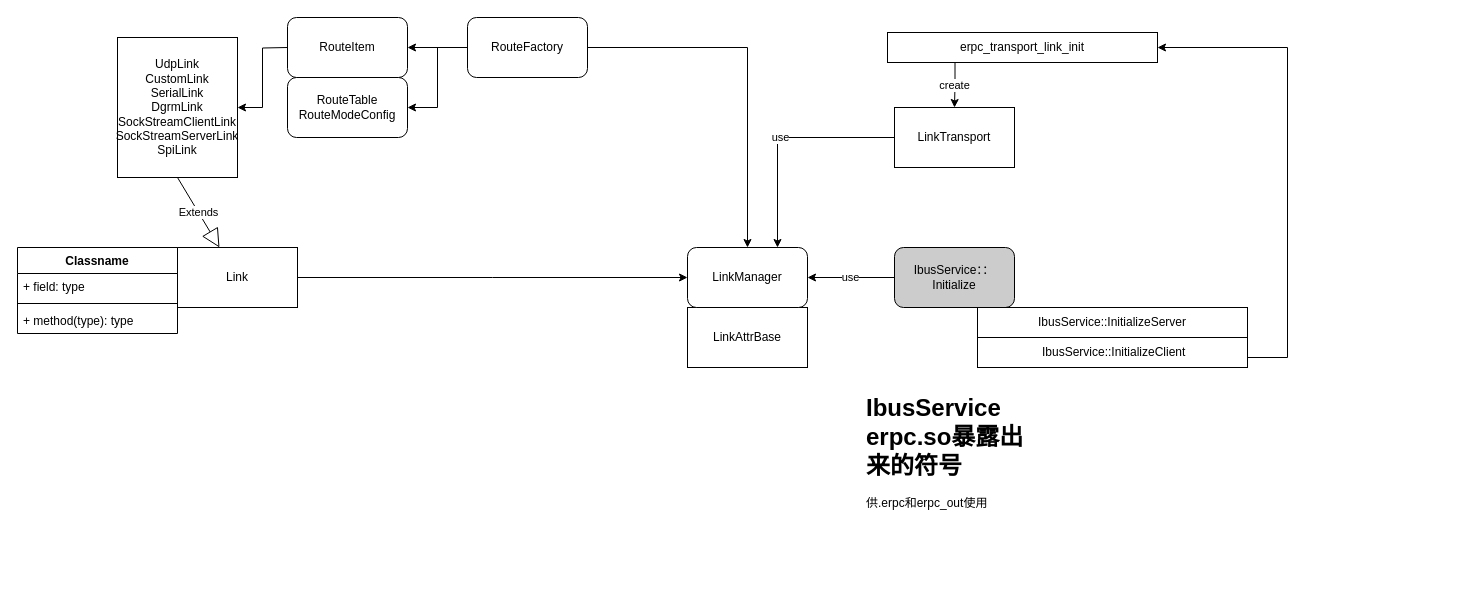
Above: page "link" (2 of 2) of erpc.drawio in suntongce/test2 (draw.io), before the change. Source tidied: cells renumbered, new cells numbered last; positions are measured from the earlier drawing's top-left corner, leaving out a move shared by most shapes. Both pictures are drawn from the tidied source at 100%, with x=0, y=0 at pixel (17, 17).
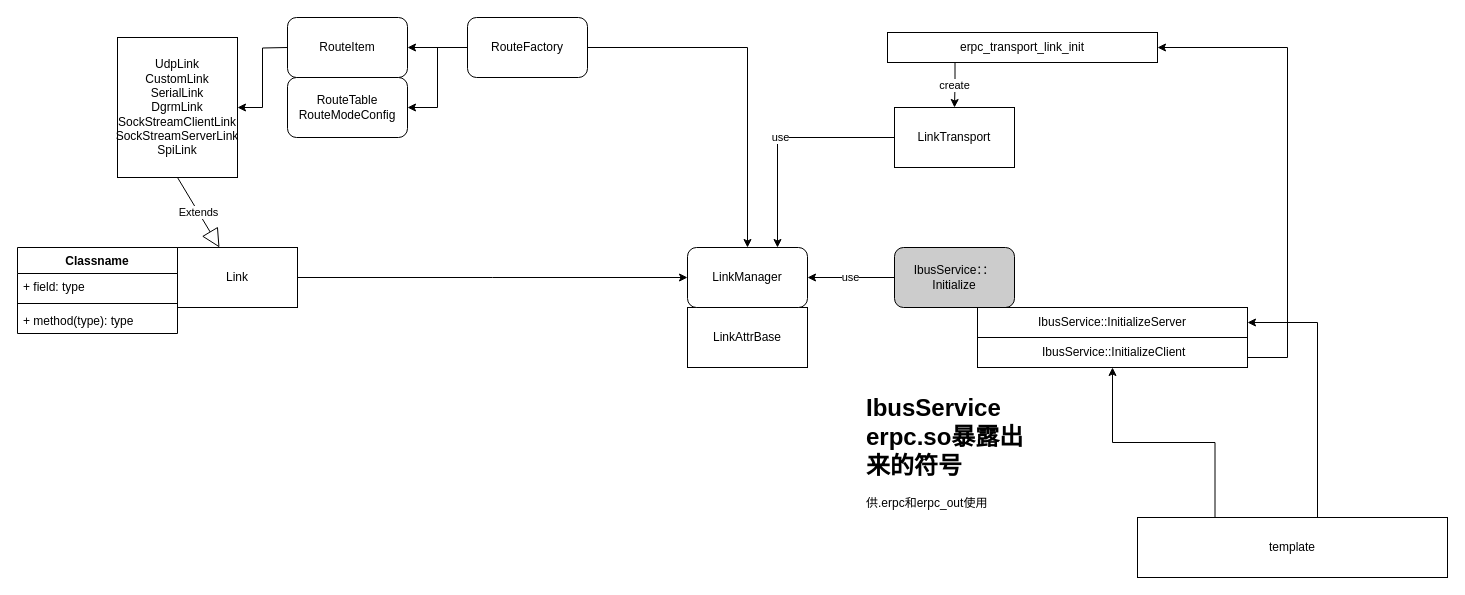
After the change.

Unchanged cells that the change refers to:
```xml
<mxCell id="25" value="IbusService::InitializeServer" style="rounded=0;whiteSpace=wrap;html=1;" parent="1" vertex="1">
  <mxGeometry x="960" y="290" width="270" height="30" as="geometry" />
</mxCell>
<mxCell id="26" value="&amp;nbsp;IbusService::InitializeClient" style="rounded=0;whiteSpace=wrap;html=1;" parent="1" vertex="1">
  <mxGeometry x="960" y="320" width="270" height="30" as="geometry" />
</mxCell>
```

The edit, as a diff of the source:
```diff
@@
+    <mxCell id="29" style="edgeStyle=orthogonalEdgeStyle;rounded=0;jettySize=auto;html=1;exitX=0.25;exitY=0;exitDx=0;exitDy=0;" parent="1" edge="1" source="31" target="26">
+      <mxGeometry relative="1" as="geometry" />
+    </mxCell>
+    <mxCell id="30" style="edgeStyle=orthogonalEdgeStyle;rounded=0;jettySize=auto;html=1;exitX=0.5;exitY=0;exitDx=0;exitDy=0;entryX=1;entryY=0.5;entryDx=0;entryDy=0;" parent="1" edge="1" source="31" target="25">
+      <mxGeometry relative="1" as="geometry">
+        <Array as="points">
+          <mxPoint x="1300" y="500" />
+          <mxPoint x="1300" y="305" />
+        </Array>
+      </mxGeometry>
+    </mxCell>
+    <mxCell id="31" value="template" style="rounded=0;whiteSpace=wrap;html=1;" parent="1" vertex="1">
+      <mxGeometry x="1120" y="500" width="310" height="60" as="geometry" />
+    </mxCell>
```
